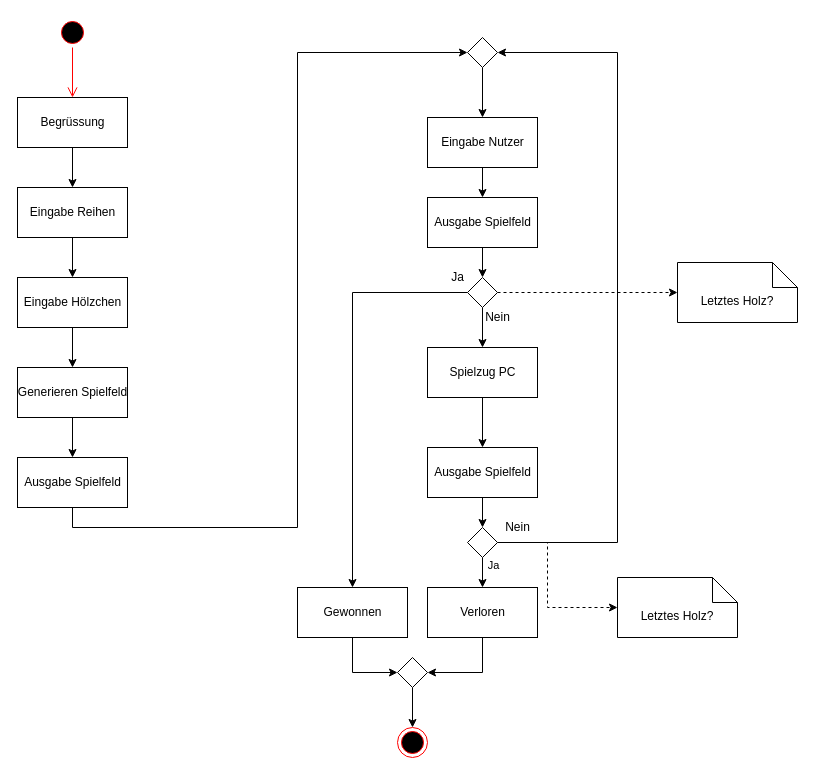
Before: UML_Nim_Game.drawio in mmichel2/HFIE, a draw.io diagram. Source tidied: cells renumbered, new cells numbered last; positions are measured from the earlier drawing's top-left corner, leaving out a move shared by most shapes. Both pictures are drawn from the tidied source at 100%, with x=0, y=0 at pixel (17, 17).
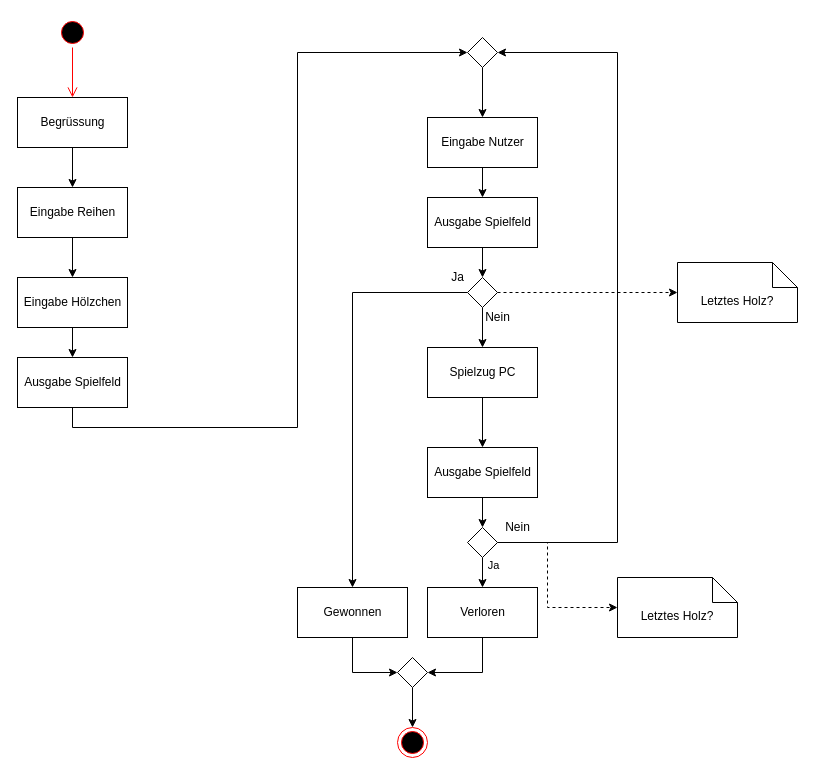
After the change.

Unchanged cells that the change refers to:
```xml
<mxCell id="9" value="Eingabe Hölzchen" style="html=1;" parent="1" vertex="1">
  <mxGeometry y="260" width="110" height="50" as="geometry" />
</mxCell>
```

What changed in the source:
```diff
@@
-    <mxCell id="8" style="edgeStyle=orthogonalEdgeStyle;rounded=0;jettySize=auto;html=1;" parent="1" edge="1" source="9" target="11">
+    <mxCell id="8" style="edgeStyle=orthogonalEdgeStyle;rounded=0;jettySize=auto;html=1;" parent="1" edge="1" source="9" target="13">
       <mxGeometry relative="1" as="geometry" />
     </mxCell>
@@
-    <mxCell id="10" style="edgeStyle=orthogonalEdgeStyle;rounded=0;jettySize=auto;html=1;" parent="1" edge="1" source="11" target="13">
-      <mxGeometry relative="1" as="geometry" />
-    </mxCell>
-    <mxCell id="11" value="Generieren Spielfeld" style="html=1;" parent="1" vertex="1">
-      <mxGeometry y="350" width="110" height="50" as="geometry" />
-    </mxCell>
@@
     <mxCell id="13" value="Ausgabe Spielfeld" style="html=1;" parent="1" vertex="1">
-      <mxGeometry y="440" width="110" height="50" as="geometry" />
+      <mxGeometry y="340" width="110" height="50" as="geometry" />
     </mxCell>
```
